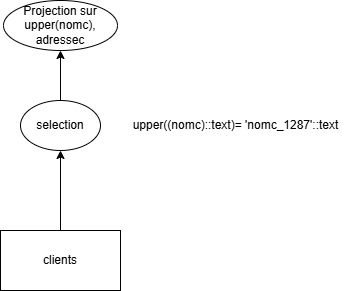
This is Exercice2/questions2_3_5_b.drawio.png from antonincacadetruire/MiniProjet, a draw.io export, as it was before one commit. Source tidied: cells renumbered, new cells last; positions are measured from the earlier drawing's top-left corner, leaving out a move shared by most shapes.
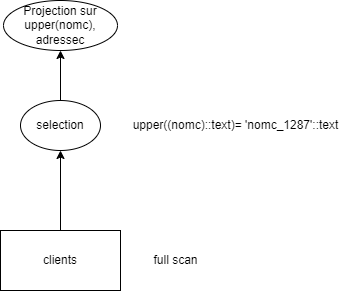
Later version of the same file.

The edit, as a diff of the source:
```diff
@@ -20,5 +20,8 @@
     <mxCell id="7" value="Projection sur&lt;div&gt;upper(nomc), adressec&lt;/div&gt;" style="ellipse;whiteSpace=wrap;html=1;" parent="1" vertex="1">
       <mxGeometry x="3" width="114" height="50" as="geometry" />
     </mxCell>
+    <mxCell id="8" value="full scan" style="text;html=1;align=center;verticalAlign=middle;strokeColor=none;fillColor=none;" parent="1" vertex="1">
+      <mxGeometry x="140" y="245" width="70" height="30" as="geometry" />
+    </mxCell>
   </root>
 </mxGraphModel>
```
